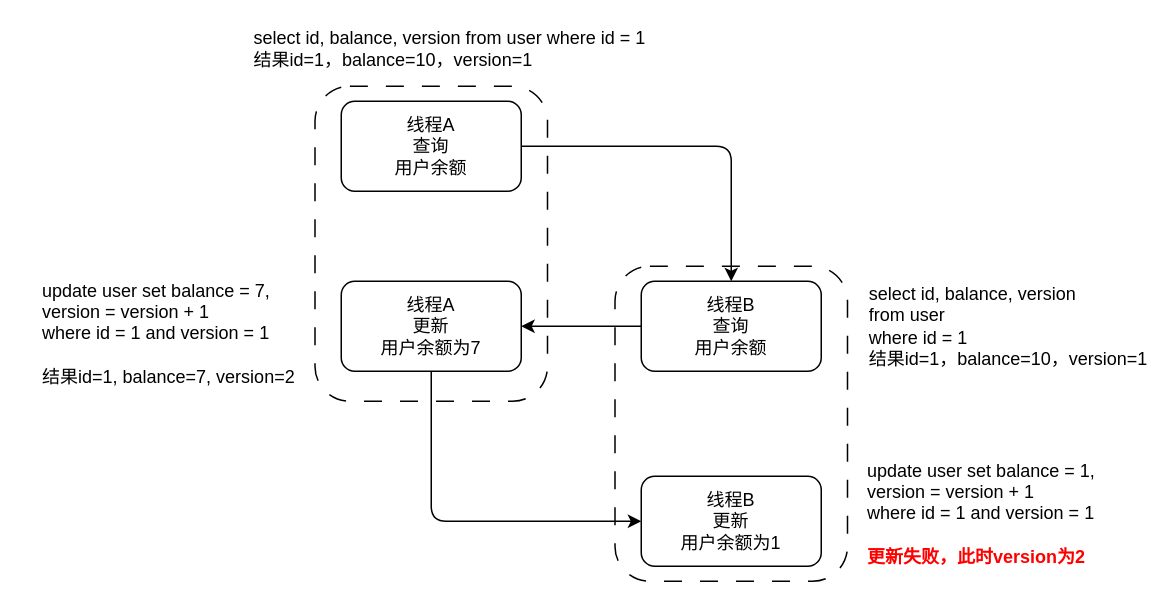
Earlier version of the draw.io diagram src/interview/images/Optimistic-Concurrency-Control.drawio (codeyunze/blog). Source tidied: cells renumbered, new cells numbered last; positions are measured from the earlier drawing's top-left corner, leaving out a move shared by most shapes. Both pictures are drawn from the tidied source at 150%, with x=0, y=0 at pixel (40, 26).
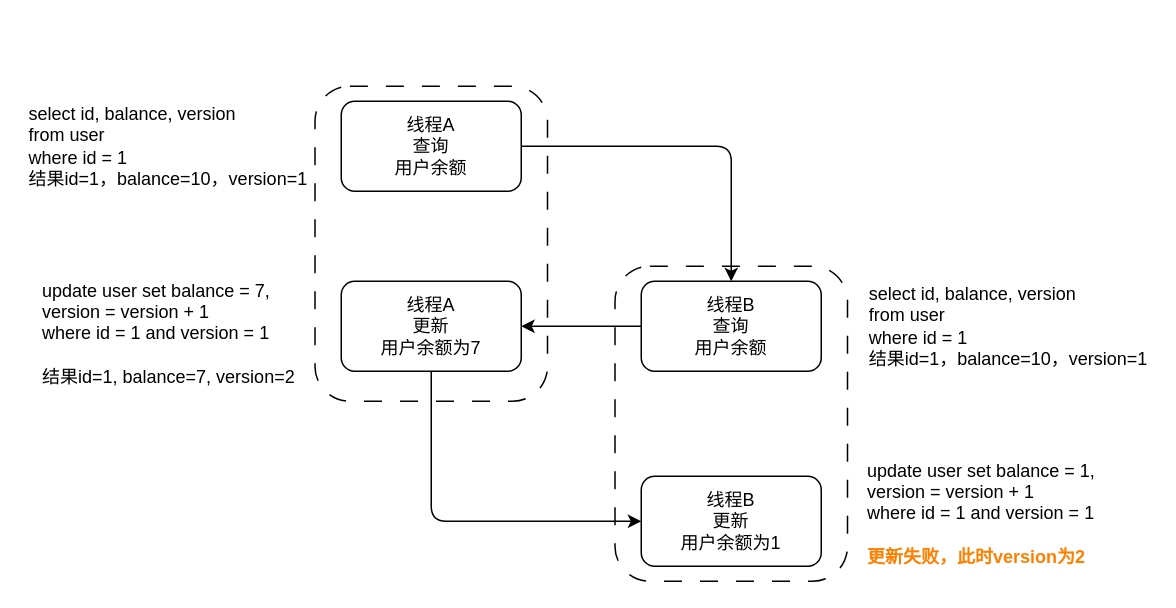
The same page after the edit.

The edit, as a diff of the source:
```diff
@@
 <mxGraphModel>
   <root>
     <mxCell id="0" />
     <mxCell id="1" parent="0" />
     <mxCell id="2" style="rounded=1;whiteSpace=wrap;html=1;fontColor=#FF0000;dashed=1;dashPattern=12 12;" parent="1" vertex="1">
       <mxGeometry x="382.5" y="160" width="155" height="210" as="geometry" />
     </mxCell>
     <mxCell id="3" style="rounded=1;whiteSpace=wrap;html=1;fontColor=#FF0000;dashed=1;dashPattern=12 12;" parent="1" vertex="1">
       <mxGeometry x="182.5" y="40" width="155" height="210" as="geometry" />
     </mxCell>
     <mxCell id="4" style="edgeStyle=none;html=1;exitX=1;exitY=0.5;exitDx=0;exitDy=0;entryX=0.5;entryY=0;entryDx=0;entryDy=0;" parent="1" edge="1" source="5" target="7">
       <mxGeometry relative="1" as="geometry">
         <Array as="points">
           <mxPoint x="460" y="80" />
         </Array>
       </mxGeometry>
     </mxCell>
     <mxCell id="5" value="线程A&lt;br&gt;查询&lt;br&gt;用户余额" style="rounded=1;whiteSpace=wrap;html=1;" parent="1" vertex="1">
       <mxGeometry x="200" y="50" width="120" height="60" as="geometry" />
     </mxCell>
     <mxCell id="6" style="edgeStyle=none;html=1;exitX=0;exitY=0.5;exitDx=0;exitDy=0;entryX=1;entryY=0.5;entryDx=0;entryDy=0;" parent="1" edge="1" source="7" target="9">
       <mxGeometry relative="1" as="geometry" />
     </mxCell>
     <mxCell id="7" value="线程B&lt;br&gt;查询&lt;br&gt;用户余额" style="rounded=1;whiteSpace=wrap;html=1;" parent="1" vertex="1">
       <mxGeometry x="400" y="170" width="120" height="60" as="geometry" />
     </mxCell>
     <mxCell id="8" style="edgeStyle=none;html=1;exitX=0.5;exitY=1;exitDx=0;exitDy=0;entryX=0;entryY=0.5;entryDx=0;entryDy=0;" parent="1" edge="1" source="9" target="10">
       <mxGeometry relative="1" as="geometry">
         <Array as="points">
           <mxPoint x="260" y="330" />
         </Array>
       </mxGeometry>
     </mxCell>
     <mxCell id="9" value="线程A&lt;br&gt;更新&lt;br&gt;用户余额为7" style="rounded=1;whiteSpace=wrap;html=1;" parent="1" vertex="1">
       <mxGeometry x="200" y="170" width="120" height="60" as="geometry" />
     </mxCell>
     <mxCell id="10" value="线程B&lt;br&gt;更新&lt;br&gt;用户余额为1" style="rounded=1;whiteSpace=wrap;html=1;" parent="1" vertex="1">
       <mxGeometry x="400" y="300" width="120" height="60" as="geometry" />
     </mxCell>
-    <mxCell id="11" value="select id, balance, version from user where id = 1&lt;br&gt;结果id=1，balance=10，version=1" style="text;html=1;strokeColor=none;fillColor=none;align=left;verticalAlign=middle;whiteSpace=wrap;rounded=0;" parent="1" vertex="1">
-      <mxGeometry x="140" width="330" height="30" as="geometry" />
+    <mxCell id="11" value="select id, balance, version &lt;br&gt;from user &lt;br&gt;where id = 1&lt;br&gt;结果id=1，balance=10，version=1" style="text;html=1;strokeColor=none;fillColor=none;align=left;verticalAlign=middle;whiteSpace=wrap;rounded=0;" parent="1" vertex="1">
+      <mxGeometry x="-10" y="50" width="330" height="60" as="geometry" />
     </mxCell>
     <mxCell id="12" value="&lt;div style=&quot;text-align: left;&quot;&gt;&lt;span style=&quot;background-color: initial;&quot;&gt;select id, balance, version&lt;/span&gt;&lt;/div&gt;&lt;div style=&quot;text-align: left;&quot;&gt;&lt;span style=&quot;background-color: initial;&quot;&gt;from user&lt;/span&gt;&lt;/div&gt;&lt;div style=&quot;text-align: left;&quot;&gt;&lt;span style=&quot;background-color: initial;&quot;&gt;where id = 1&lt;/span&gt;&lt;/div&gt;结果id=1，balance=10，version=1" style="text;html=1;strokeColor=none;fillColor=none;align=center;verticalAlign=middle;whiteSpace=wrap;rounded=0;" parent="1" vertex="1">
       <mxGeometry x="550" y="165" width="190" height="70" as="geometry" />
     </mxCell>
     <mxCell id="13" value="&lt;div style=&quot;text-align: left;&quot;&gt;&lt;span style=&quot;background-color: initial;&quot;&gt;update&amp;nbsp;&lt;/span&gt;&lt;span style=&quot;background-color: initial;&quot;&gt;user&amp;nbsp;&lt;/span&gt;&lt;span style=&quot;background-color: initial;&quot;&gt;set balance = 7, version = version + 1&lt;/span&gt;&lt;/div&gt;&lt;div style=&quot;text-align: left;&quot;&gt;&lt;span style=&quot;background-color: initial;&quot;&gt;where id = 1 and version = 1&lt;/span&gt;&lt;/div&gt;&lt;div style=&quot;text-align: left;&quot;&gt;&lt;span style=&quot;background-color: initial;&quot;&gt;&lt;br&gt;&lt;/span&gt;&lt;/div&gt;&lt;div style=&quot;text-align: left;&quot;&gt;&lt;span style=&quot;background-color: initial;&quot;&gt;结果id=1, balance=7, version=2&lt;/span&gt;&lt;/div&gt;" style="text;html=1;strokeColor=none;fillColor=none;align=center;verticalAlign=middle;whiteSpace=wrap;rounded=0;" parent="1" vertex="1">
       <mxGeometry y="170" width="190" height="70" as="geometry" />
     </mxCell>
-    <mxCell id="14" value="&lt;div style=&quot;text-align: left;&quot;&gt;&lt;span style=&quot;background-color: initial;&quot;&gt;update&amp;nbsp;&lt;/span&gt;&lt;span style=&quot;background-color: initial;&quot;&gt;user&amp;nbsp;&lt;/span&gt;&lt;span style=&quot;background-color: initial;&quot;&gt;set balance = 1, version = version + 1&lt;/span&gt;&lt;/div&gt;&lt;div style=&quot;text-align: left;&quot;&gt;&lt;span style=&quot;background-color: initial;&quot;&gt;where id = 1 and version = 1&lt;/span&gt;&lt;/div&gt;&lt;div style=&quot;text-align: left;&quot;&gt;&lt;span style=&quot;background-color: initial;&quot;&gt;&lt;br&gt;&lt;/span&gt;&lt;/div&gt;&lt;div style=&quot;text-align: left;&quot;&gt;&lt;b&gt;&lt;font color=&quot;#ff0000&quot;&gt;更新失败，此时version为2&lt;/font&gt;&lt;/b&gt;&lt;/div&gt;" style="text;html=1;strokeColor=none;fillColor=none;align=center;verticalAlign=middle;whiteSpace=wrap;rounded=0;" parent="1" vertex="1">
+    <mxCell id="14" value="&lt;div style=&quot;text-align: left;&quot;&gt;&lt;span style=&quot;background-color: initial;&quot;&gt;update&amp;nbsp;&lt;/span&gt;&lt;span style=&quot;background-color: initial;&quot;&gt;user&amp;nbsp;&lt;/span&gt;&lt;span style=&quot;background-color: initial;&quot;&gt;set balance = 1, version = version + 1&lt;/span&gt;&lt;/div&gt;&lt;div style=&quot;text-align: left;&quot;&gt;&lt;span style=&quot;background-color: initial;&quot;&gt;where id = 1 and version = 1&lt;/span&gt;&lt;/div&gt;&lt;div style=&quot;text-align: left;&quot;&gt;&lt;span style=&quot;background-color: initial;&quot;&gt;&lt;br&gt;&lt;/span&gt;&lt;/div&gt;&lt;div style=&quot;text-align: left;&quot;&gt;&lt;b&gt;&lt;font color=&quot;#ff8000&quot;&gt;更新失败，此时version为2&lt;/font&gt;&lt;/b&gt;&lt;/div&gt;" style="text;html=1;strokeColor=none;fillColor=none;align=center;verticalAlign=middle;whiteSpace=wrap;rounded=0;" parent="1" vertex="1">
       <mxGeometry x="550" y="290" width="190" height="70" as="geometry" />
     </mxCell>
   </root>
 </mxGraphModel>
```
